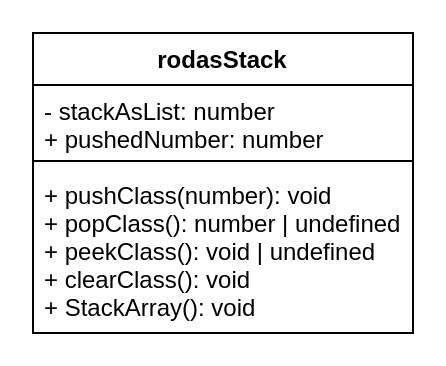
Rodas-Nega1/ics4u-unit-2-04-typescript keeps this draw.io diagram as class.drawio. Above is the earlier version. Source tidied: cells renumbered, new cells numbered last; positions are measured from the earlier drawing's top-left corner, leaving out a move shared by most shapes. Both pictures are drawn from the tidied source at 200%, with x=0, y=0 at pixel (32, 32).
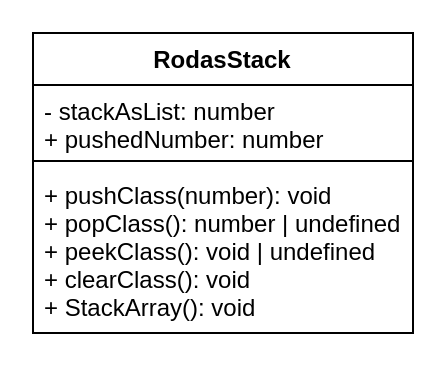
The same page after the edit.

What changed in the source:
```diff
@@
 <mxGraphModel>
   <root>
     <mxCell id="0" />
     <mxCell id="1" parent="0" />
-    <mxCell id="2" value="rodasStack" style="swimlane;fontStyle=1;align=center;verticalAlign=top;horizontal=1;startSize=26;" parent="1" vertex="1">
+    <mxCell id="2" value="RodasStack" style="swimlane;fontStyle=1;align=center;verticalAlign=top;horizontal=1;startSize=26;" parent="1" vertex="1">
       <mxGeometry width="190" height="150" as="geometry" />
     </mxCell>
     <mxCell id="3" value="- stackAsList: number&#10;+ pushedNumber: number" style="text;strokeColor=none;fillColor=none;align=left;verticalAlign=top;spacingLeft=4;spacingRight=4;overflow=hidden;" parent="2" vertex="1">
       <mxGeometry y="26" width="190" height="34" as="geometry" />
     </mxCell>
     <mxCell id="4" style="line;strokeWidth=1;fillColor=none;align=left;verticalAlign=middle;spacingTop=-1;spacingLeft=3;spacingRight=3;labelPosition=right;" parent="2" vertex="1">
       <mxGeometry y="60" width="190" height="8" as="geometry" />
     </mxCell>
     <mxCell id="5" value="+ pushClass(number): void&#10;+ popClass(): number | undefined&#10;+ peekClass(): void | undefined&#10;+ clearClass(): void&#10;+ StackArray(): void" style="text;strokeColor=none;fillColor=none;align=left;verticalAlign=top;spacingLeft=4;spacingRight=4;overflow=hidden;" parent="2" vertex="1">
       <mxGeometry y="68" width="190" height="82" as="geometry" />
     </mxCell>
   </root>
 </mxGraphModel>
```
